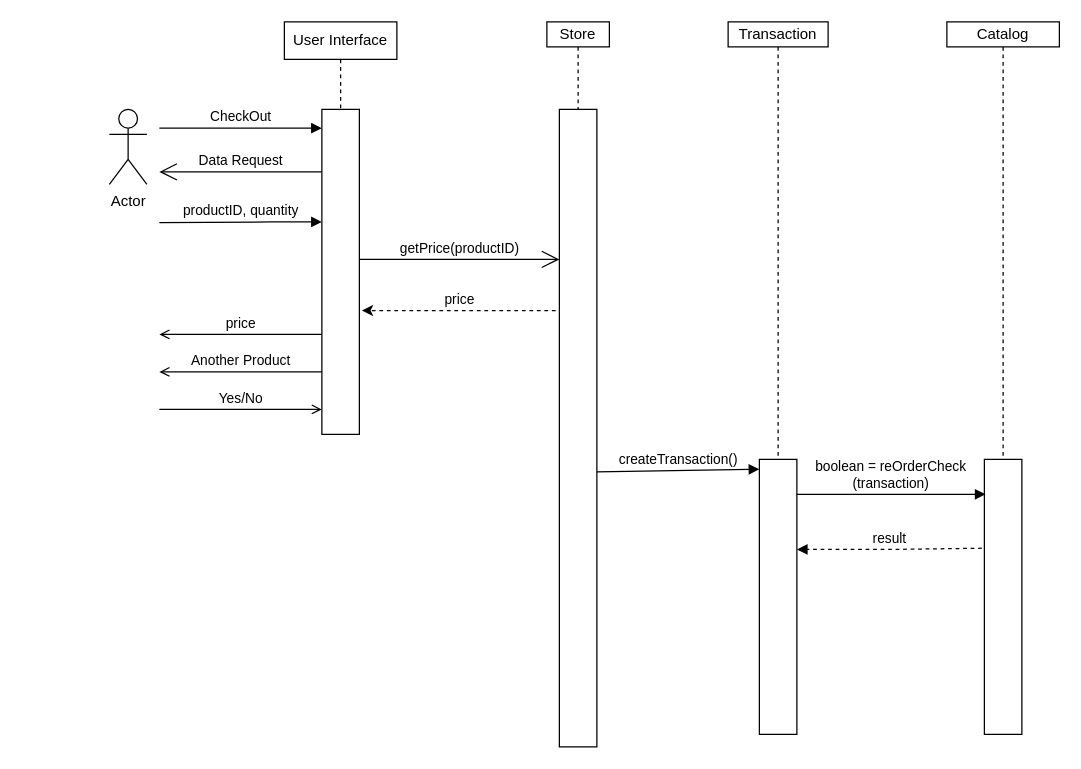
vinnyyo/GroupProject1 keeps this draw.io diagram as Doc/Sequence Diagrams/Diagram 4.drawio. Above is the earlier version. Source tidied: cells renumbered, new cells numbered last; positions are measured from the earlier drawing's top-left corner, leaving out a move shared by most shapes. Both pictures are drawn from the tidied source at 125%, with x=0, y=0 at pixel (109, 21).
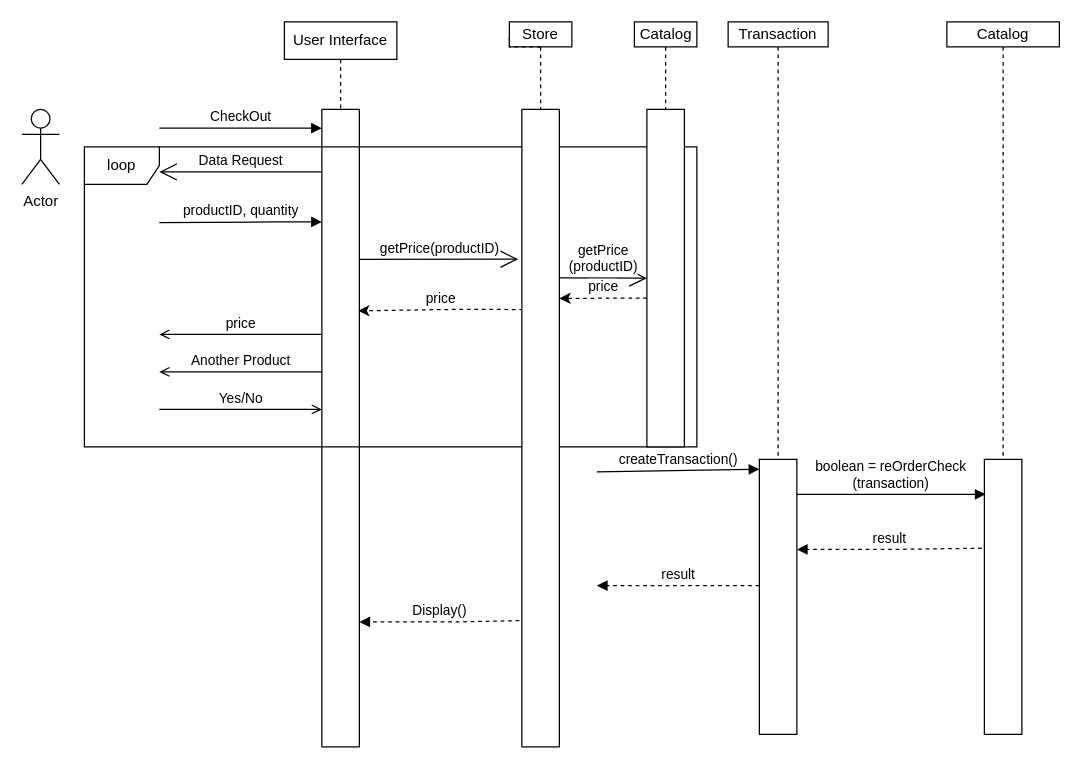
After the change.

The edit, as a diff of the source:
```diff
@@
     <mxCell id="2" value="Actor" style="shape=umlActor;verticalLabelPosition=bottom;verticalAlign=top;html=1;" parent="1" vertex="1">
-      <mxGeometry y="70" width="30" height="60" as="geometry" />
+      <mxGeometry x="-70" y="70" width="30" height="60" as="geometry" />
     </mxCell>
@@
     <mxCell id="6" value="Store" style="rounded=0;whiteSpace=wrap;html=1;" parent="1" vertex="1">
-      <mxGeometry x="350" width="50" height="20" as="geometry" />
+      <mxGeometry x="320" width="50" height="20" as="geometry" />
     </mxCell>
@@
-    <mxCell id="12" value="getPrice(productID)" style="endArrow=open;endFill=1;endSize=12;html=1;verticalAlign=bottom;" parent="1" edge="1">
+    <mxCell id="12" value="getPrice(productID)" style="endArrow=open;endFill=1;endSize=12;html=1;verticalAlign=bottom;entryX=-0.1;entryY=0.235;entryDx=0;entryDy=0;entryPerimeter=0;" parent="1" edge="1" target="15">
       <mxGeometry relative="1" as="geometry">
         <mxPoint x="200" y="190" as="sourcePoint" />
-        <mxPoint x="360" y="190" as="targetPoint" />
       </mxGeometry>
     </mxCell>
     <mxCell id="13" style="html=1;points=[];perimeter=orthogonalPerimeter;strokeWidth=1;" parent="1" vertex="1">
-      <mxGeometry x="170" y="70" width="30" height="260" as="geometry" />
+      <mxGeometry x="170" y="70" width="30" height="510" as="geometry" />
     </mxCell>
@@
-    <mxCell id="15" style="rounded=0;whiteSpace=wrap;html=1;strokeWidth=1;" parent="1" vertex="1">
-      <mxGeometry x="360" y="70" width="30" height="510" as="geometry" />
-    </mxCell>
-    <mxCell id="16" value="price" style="endArrow=classic;html=1;dashed=1;entryX=1.067;entryY=0.619;entryDx=0;entryDy=0;entryPerimeter=0;verticalAlign=bottom;" parent="1" edge="1" target="13">
+    <mxCell id="16" value="price" style="endArrow=classic;html=1;dashed=1;entryX=0.967;entryY=0.316;entryDx=0;entryDy=0;entryPerimeter=0;verticalAlign=bottom;exitX=0.033;exitY=0.314;exitDx=0;exitDy=0;exitPerimeter=0;" parent="1" edge="1" source="15" target="13">
       <mxGeometry relative="1" as="geometry">
-        <mxPoint x="357" y="231" as="sourcePoint" />
+        <Array as="points">
+          <mxPoint x="280" y="230" />
+        </Array>
       </mxGeometry>
     </mxCell>
@@
+    <mxCell id="28" value="result" style="html=1;verticalAlign=bottom;startArrow=none;endArrow=block;startSize=8;startFill=0;entryX=0;entryY=0.036;entryDx=0;entryDy=0;entryPerimeter=0;dashed=1;" parent="1" edge="1">
+      <mxGeometry relative="1" as="geometry">
+        <mxPoint x="520" y="451" as="sourcePoint" />
+        <mxPoint x="390" y="451" as="targetPoint" />
+        <Array as="points">
+          <mxPoint x="470" y="450.9" />
+          <mxPoint x="390" y="451" />
+        </Array>
+      </mxGeometry>
+    </mxCell>
+    <mxCell id="29" value="Display()" style="html=1;verticalAlign=bottom;startArrow=none;endArrow=block;startSize=8;startFill=0;entryX=0;entryY=0.036;entryDx=0;entryDy=0;entryPerimeter=0;dashed=1;exitX=-0.067;exitY=0.802;exitDx=0;exitDy=0;exitPerimeter=0;" parent="1" edge="1" source="15">
+      <mxGeometry relative="1" as="geometry">
+        <mxPoint x="200" y="480.1" as="targetPoint" />
+        <Array as="points">
+          <mxPoint x="280" y="480" />
+          <mxPoint x="200" y="480.1" />
+        </Array>
+      </mxGeometry>
+    </mxCell>
+    <mxCell id="30" value="loop" style="shape=umlFrame;whiteSpace=wrap;html=1;strokeWidth=1;gradientColor=none;" parent="1" vertex="1">
+      <mxGeometry x="-20" y="100" width="490" height="240" as="geometry" />
+    </mxCell>
+    <mxCell id="31" style="edgeStyle=orthogonalEdgeStyle;rounded=0;jettySize=auto;html=1;exitX=0.5;exitY=1;exitDx=0;exitDy=0;dashed=1;startFill=0;endArrow=none;endFill=0;" parent="1" edge="1" source="32" target="33">
+      <mxGeometry relative="1" as="geometry" />
+    </mxCell>
+    <mxCell id="32" value="Catalog" style="html=1;strokeWidth=1;gradientColor=none;" parent="1" vertex="1">
+      <mxGeometry x="420" width="50" height="20" as="geometry" />
+    </mxCell>
+    <mxCell id="33" style="rounded=0;whiteSpace=wrap;html=1;" parent="1" vertex="1">
+      <mxGeometry x="430" y="70" width="30" height="270" as="geometry" />
+    </mxCell>
+    <mxCell id="15" style="rounded=0;whiteSpace=wrap;html=1;strokeWidth=1;" parent="1" vertex="1">
+      <mxGeometry x="330" y="70" width="30" height="510" as="geometry" />
+    </mxCell>
+    <mxCell id="34" style="edgeStyle=orthogonalEdgeStyle;rounded=0;orthogonalLoop=1;jettySize=auto;html=1;exitX=0.5;exitY=1;exitDx=0;exitDy=0;entryX=0;entryY=0.5;entryDx=0;entryDy=0;dashed=1;startFill=0;endArrow=none;endFill=0;" parent="1" edge="1" source="6" target="6">
+      <mxGeometry relative="1" as="geometry" />
+    </mxCell>
+    <mxCell id="35" value="getPrice&lt;br&gt;(productID)" style="endArrow=open;endFill=1;endSize=12;html=1;verticalAlign=bottom;entryX=0;entryY=0.5;entryDx=0;entryDy=0;" parent="1" edge="1" target="33">
+      <mxGeometry relative="1" as="geometry">
+        <mxPoint x="360" y="204.7" as="sourcePoint" />
+      </mxGeometry>
+    </mxCell>
+    <mxCell id="36" value="price" style="endArrow=classic;html=1;dashed=1;entryX=0.967;entryY=0.316;entryDx=0;entryDy=0;entryPerimeter=0;verticalAlign=bottom;" parent="1" edge="1">
+      <mxGeometry relative="1" as="geometry">
+        <mxPoint x="430" y="221" as="sourcePoint" />
+        <mxPoint x="360" y="221.2" as="targetPoint" />
+        <Array as="points">
+          <mxPoint x="421" y="221" />
+        </Array>
+      </mxGeometry>
+    </mxCell>
```
